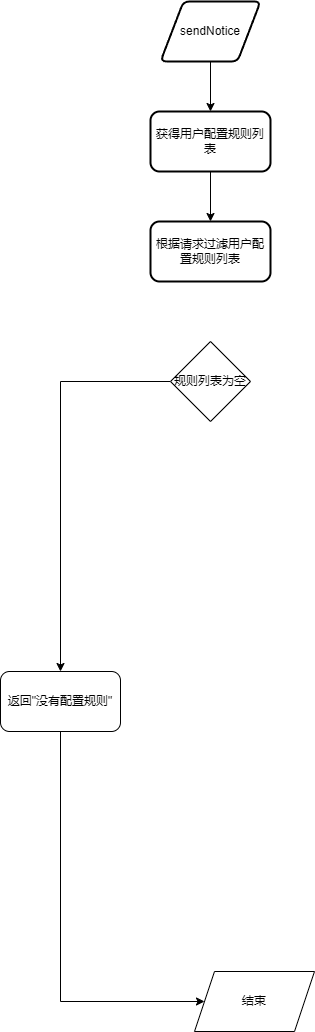
Above: flow-diagram/baidu/ldc-api/sendNotice.drawio.png in RUIZRUI/flow-diagram (draw.io), before the change. Source tidied: cells renumbered, new cells last; positions are measured from the earlier drawing's top-left corner, leaving out a move shared by most shapes. Its diagram source:
```xml
<mxGraphModel>
  <root>
    <mxCell id="0" />
    <mxCell id="1" parent="0" />
    <mxCell id="2" style="edgeStyle=orthogonalEdgeStyle;rounded=0;jettySize=auto;html=1;exitX=0.5;exitY=1;exitDx=0;exitDy=0;entryX=0.5;entryY=0;entryDx=0;entryDy=0;" parent="1" edge="1" source="3" target="5">
      <mxGeometry relative="1" as="geometry" />
    </mxCell>
    <mxCell id="3" value="sendNotice" style="shape=parallelogram;html=1;strokeWidth=2;perimeter=parallelogramPerimeter;whiteSpace=wrap;rounded=1;arcSize=12;size=0.23;" parent="1" vertex="1">
      <mxGeometry x="160" width="100" height="60" as="geometry" />
    </mxCell>
    <mxCell id="4" style="edgeStyle=orthogonalEdgeStyle;rounded=0;jettySize=auto;html=1;" parent="1" edge="1" source="5" target="6">
      <mxGeometry relative="1" as="geometry" />
    </mxCell>
    <mxCell id="5" value="获得用户配置规则列表" style="rounded=1;whiteSpace=wrap;html=1;strokeWidth=2;" parent="1" vertex="1">
      <mxGeometry x="150" y="110" width="120" height="60" as="geometry" />
    </mxCell>
    <mxCell id="6" value="根据请求过滤用户配置规则列表" style="whiteSpace=wrap;html=1;rounded=1;strokeWidth=2;" parent="1" vertex="1">
      <mxGeometry x="150" y="220" width="120" height="60" as="geometry" />
    </mxCell>
    <mxCell id="7" value="结束" style="shape=parallelogram;perimeter=parallelogramPerimeter;whiteSpace=wrap;html=1;fixedSize=1;" parent="1" vertex="1">
      <mxGeometry x="194" y="970" width="120" height="60" as="geometry" />
    </mxCell>
    <mxCell id="8" style="edgeStyle=orthogonalEdgeStyle;rounded=0;jettySize=auto;html=1;" parent="1" edge="1" source="9" target="11">
      <mxGeometry relative="1" as="geometry" />
    </mxCell>
    <mxCell id="9" value="规则列表为空" style="rhombus;whiteSpace=wrap;html=1;" parent="1" vertex="1">
      <mxGeometry x="170" y="340" width="80" height="80" as="geometry" />
    </mxCell>
    <mxCell id="10" style="edgeStyle=orthogonalEdgeStyle;rounded=0;jettySize=auto;html=1;exitX=0.5;exitY=1;exitDx=0;exitDy=0;" parent="1" edge="1" source="11" target="7">
      <mxGeometry relative="1" as="geometry">
        <Array as="points">
          <mxPoint x="60" y="1000" />
        </Array>
      </mxGeometry>
    </mxCell>
    <mxCell id="11" value="返回&quot;没有配置规则&quot;" style="rounded=1;whiteSpace=wrap;html=1;" parent="1" vertex="1">
      <mxGeometry y="670" width="120" height="60" as="geometry" />
    </mxCell>
  </root>
</mxGraphModel>
```
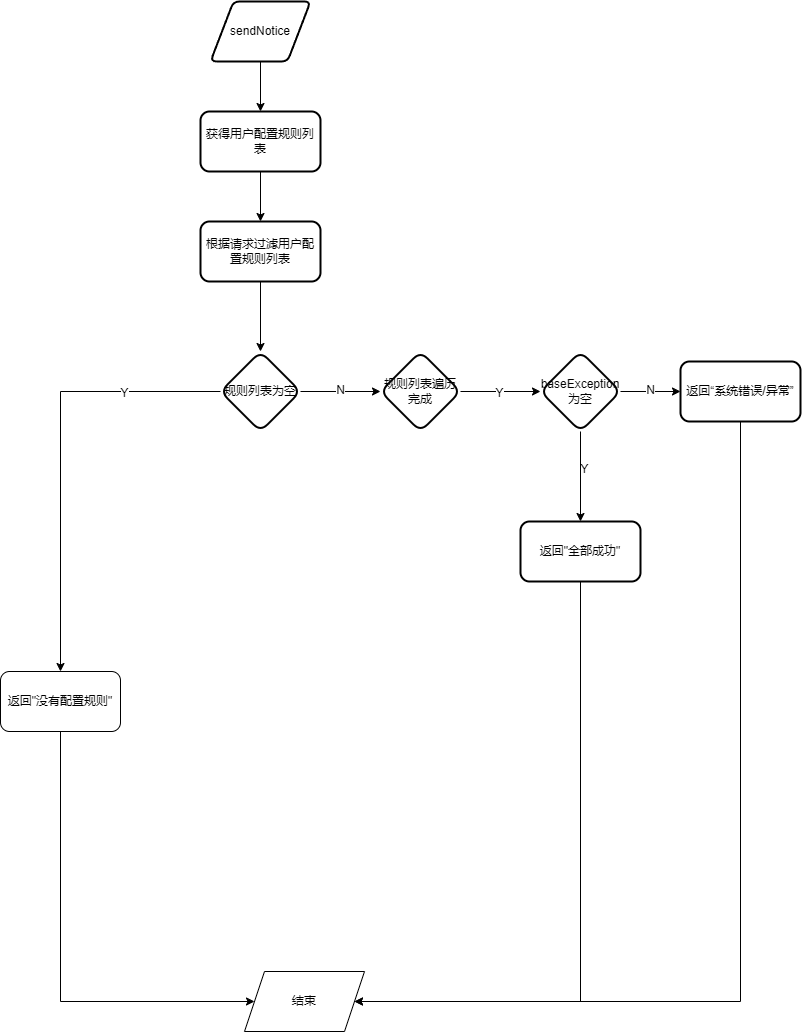
The same diagram one commit later.

What changed in the source:
```diff
@@ -14,27 +14,83 @@
     <mxCell id="5" value="获得用户配置规则列表" style="rounded=1;whiteSpace=wrap;html=1;strokeWidth=2;" parent="1" vertex="1">
       <mxGeometry x="150" y="110" width="120" height="60" as="geometry" />
     </mxCell>
+    <mxCell id="12" style="edgeStyle=orthogonalEdgeStyle;rounded=0;jettySize=auto;html=1;" parent="1" edge="1" source="6" target="9">
+      <mxGeometry relative="1" as="geometry" />
+    </mxCell>
     <mxCell id="6" value="根据请求过滤用户配置规则列表" style="whiteSpace=wrap;html=1;rounded=1;strokeWidth=2;" parent="1" vertex="1">
       <mxGeometry x="150" y="220" width="120" height="60" as="geometry" />
     </mxCell>
     <mxCell id="7" value="结束" style="shape=parallelogram;perimeter=parallelogramPerimeter;whiteSpace=wrap;html=1;fixedSize=1;" parent="1" vertex="1">
       <mxGeometry x="194" y="970" width="120" height="60" as="geometry" />
     </mxCell>
-    <mxCell id="8" style="edgeStyle=orthogonalEdgeStyle;rounded=0;jettySize=auto;html=1;" parent="1" edge="1" source="9" target="11">
-      <mxGeometry relative="1" as="geometry" />
-    </mxCell>
-    <mxCell id="9" value="规则列表为空" style="rhombus;whiteSpace=wrap;html=1;" parent="1" vertex="1">
-      <mxGeometry x="170" y="340" width="80" height="80" as="geometry" />
-    </mxCell>
     <mxCell id="10" style="edgeStyle=orthogonalEdgeStyle;rounded=0;jettySize=auto;html=1;exitX=0.5;exitY=1;exitDx=0;exitDy=0;" parent="1" edge="1" source="11" target="7">
       <mxGeometry relative="1" as="geometry">
         <Array as="points">
-          <mxPoint x="60" y="1000" />
+          <mxPoint x="10" y="1000" />
         </Array>
       </mxGeometry>
     </mxCell>
     <mxCell id="11" value="返回&quot;没有配置规则&quot;" style="rounded=1;whiteSpace=wrap;html=1;" parent="1" vertex="1">
-      <mxGeometry y="670" width="120" height="60" as="geometry" />
+      <mxGeometry x="-50" y="670" width="120" height="60" as="geometry" />
     </mxCell>
+    <mxCell id="8" style="edgeStyle=orthogonalEdgeStyle;rounded=0;jettySize=auto;html=1;exitX=0;exitY=0.5;exitDx=0;exitDy=0;" parent="1" edge="1" source="9" target="11">
+      <mxGeometry relative="1" as="geometry" />
+    </mxCell>
+    <mxCell id="13" value="Y" style="edgeLabel;html=1;align=center;verticalAlign=middle;" parent="8" vertex="1">
+      <mxGeometry x="-0.56" y="1" relative="1" as="geometry" />
+    </mxCell>
+    <mxCell id="14" style="edgeStyle=orthogonalEdgeStyle;rounded=0;jettySize=auto;html=1;" parent="1" edge="1" source="9" target="18">
+      <mxGeometry relative="1" as="geometry" />
+    </mxCell>
+    <mxCell id="15" value="N" style="edgeLabel;html=1;align=center;verticalAlign=middle;" parent="14" vertex="1">
+      <mxGeometry x="-0.02" y="2" relative="1" as="geometry" />
+    </mxCell>
+    <mxCell id="9" value="规则列表为空" style="rhombus;whiteSpace=wrap;html=1;rounded=1;strokeWidth=2;" parent="1" vertex="1">
+      <mxGeometry x="170" y="350" width="80" height="80" as="geometry" />
+    </mxCell>
+    <mxCell id="16" style="edgeStyle=orthogonalEdgeStyle;rounded=0;jettySize=auto;html=1;" parent="1" edge="1" source="18" target="23">
+      <mxGeometry relative="1" as="geometry" />
+    </mxCell>
+    <mxCell id="17" value="Y" style="edgeLabel;html=1;align=center;verticalAlign=middle;" parent="16" vertex="1">
+      <mxGeometry x="-0.04" y="-1" relative="1" as="geometry" />
+    </mxCell>
+    <mxCell id="18" value="规则列表遍历完成" style="rhombus;whiteSpace=wrap;html=1;rounded=1;strokeWidth=2;" parent="1" vertex="1">
+      <mxGeometry x="330" y="350" width="80" height="80" as="geometry" />
+    </mxCell>
+    <mxCell id="19" style="edgeStyle=orthogonalEdgeStyle;rounded=0;jettySize=auto;html=1;" parent="1" edge="1" source="23" target="25">
+      <mxGeometry relative="1" as="geometry" />
+    </mxCell>
+    <mxCell id="20" value="Y" style="edgeLabel;html=1;align=center;verticalAlign=middle;" parent="19" vertex="1">
+      <mxGeometry x="-0.18" y="3" relative="1" as="geometry" />
+    </mxCell>
+    <mxCell id="21" style="edgeStyle=orthogonalEdgeStyle;rounded=0;jettySize=auto;html=1;" parent="1" edge="1" source="23" target="27">
+      <mxGeometry relative="1" as="geometry" />
+    </mxCell>
+    <mxCell id="22" value="N" style="edgeLabel;html=1;align=center;verticalAlign=middle;" parent="21" vertex="1">
+      <mxGeometry x="-0.02" y="2" relative="1" as="geometry" />
+    </mxCell>
+    <mxCell id="23" value="baseException为空" style="rhombus;whiteSpace=wrap;html=1;rounded=1;strokeWidth=2;" parent="1" vertex="1">
+      <mxGeometry x="490" y="350" width="80" height="80" as="geometry" />
+    </mxCell>
+    <mxCell id="24" style="edgeStyle=orthogonalEdgeStyle;rounded=0;jettySize=auto;html=1;exitX=0.5;exitY=1;exitDx=0;exitDy=0;" parent="1" edge="1" source="25" target="7">
+      <mxGeometry relative="1" as="geometry">
+        <Array as="points">
+          <mxPoint x="530" y="1000" />
+        </Array>
+      </mxGeometry>
+    </mxCell>
+    <mxCell id="25" value="返回&quot;全部成功&quot;" style="whiteSpace=wrap;html=1;rounded=1;strokeWidth=2;" parent="1" vertex="1">
+      <mxGeometry x="470" y="520" width="120" height="60" as="geometry" />
+    </mxCell>
+    <mxCell id="26" style="edgeStyle=orthogonalEdgeStyle;rounded=0;jettySize=auto;html=1;exitX=0.5;exitY=1;exitDx=0;exitDy=0;" parent="1" edge="1" source="27" target="7">
+      <mxGeometry relative="1" as="geometry">
+        <Array as="points">
+          <mxPoint x="690" y="1000" />
+        </Array>
+      </mxGeometry>
+    </mxCell>
+    <mxCell id="27" value="返回“系统错误/异常”" style="whiteSpace=wrap;html=1;rounded=1;strokeWidth=2;" parent="1" vertex="1">
+      <mxGeometry x="630" y="360" width="120" height="60" as="geometry" />
+    </mxCell>
   </root>
 </mxGraphModel>
```
